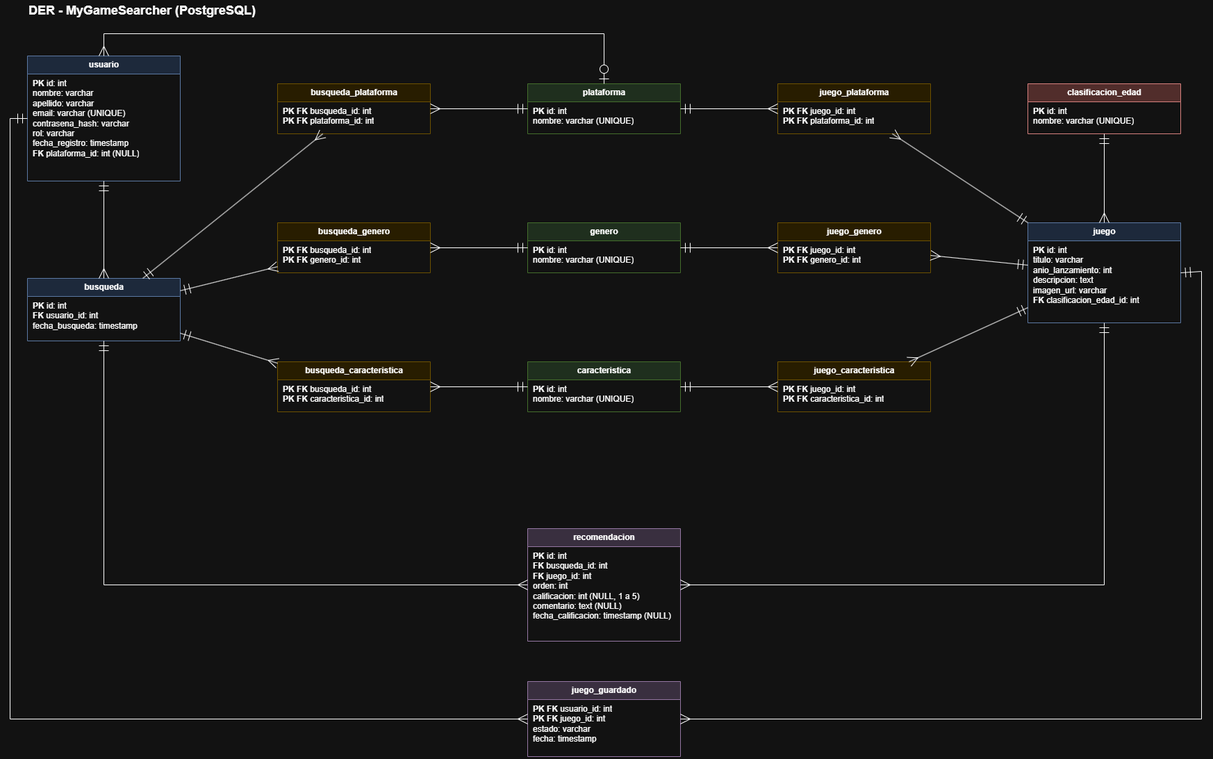
Before: Modelo_Entidad_Relacion.png, a diagram exported from draw.io (petazzijuann/TP-DSW). Source tidied: cells renumbered, new cells last; positions are measured from the earlier drawing's top-left corner, leaving out a move shared by most shapes.
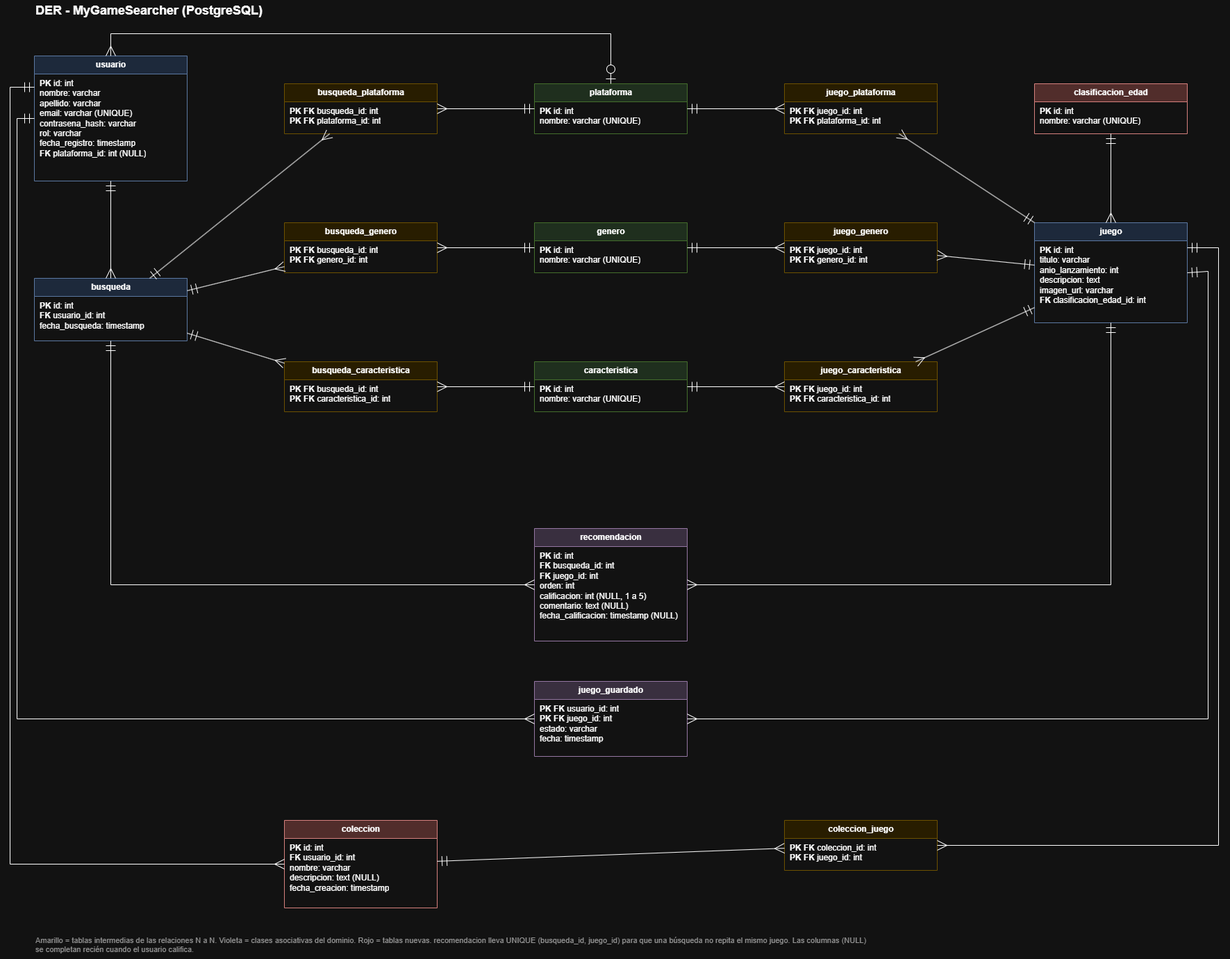
After the commit.

Commit message:
actualizacion der y md

The edit, as a diff of the source:
```diff
@@ -139,41 +139,75 @@
         </Array>
       </mxGeometry>
     </mxCell>
-    <mxCell id="40" style="endArrow=ERmandOne;startArrow=ERmany;endFill=0;startFill=0;html=1;rounded=0;endSize=12;startSize=12;" parent="1" edge="1" source="13" target="7">
-      <mxGeometry relative="1" as="geometry" />
+    <mxCell id="40" value="coleccion" style="swimlane;fontStyle=1;startSize=26;html=1;fillColor=#f8cecc;strokeColor=#b85450;" parent="1" vertex="1">
+      <mxGeometry x="385" y="1180" width="220" height="126" as="geometry" />
     </mxCell>
-    <mxCell id="41" style="endArrow=ERmandOne;startArrow=ERmany;endFill=0;startFill=0;html=1;rounded=0;endSize=12;startSize=12;" parent="1" edge="1" source="15" target="9">
-      <mxGeometry relative="1" as="geometry" />
+    <mxCell id="41" value="&lt;b&gt;PK&lt;/b&gt; id: int&lt;br&gt;&lt;b&gt;FK&lt;/b&gt; usuario_id: int&lt;br&gt;nombre: varchar&lt;br&gt;descripcion: text (NULL)&lt;br&gt;fecha_creacion: timestamp" style="text;html=1;strokeColor=none;fillColor=none;align=left;verticalAlign=top;spacingLeft=6;whiteSpace=wrap;overflow=hidden;fontSize=12;" parent="40" vertex="1">
+      <mxGeometry y="26" width="220" height="100" as="geometry" />
     </mxCell>
-    <mxCell id="42" style="endArrow=ERmandOne;startArrow=ERmany;endFill=0;startFill=0;html=1;rounded=0;endSize=12;startSize=12;" parent="1" edge="1" source="17" target="11">
-      <mxGeometry relative="1" as="geometry" />
+    <mxCell id="42" value="coleccion_juego" style="swimlane;fontStyle=1;startSize=26;html=1;fillColor=#fff2cc;strokeColor=#d6b656;" parent="1" vertex="1">
+      <mxGeometry x="1105" y="1180" width="220" height="72" as="geometry" />
     </mxCell>
-    <mxCell id="43" style="endArrow=ERmandOne;startArrow=ERmany;endFill=0;startFill=0;html=1;rounded=0;endSize=12;startSize=12;" parent="1" edge="1" source="19" target="7">
-      <mxGeometry relative="1" as="geometry" />
+    <mxCell id="43" value="&lt;b&gt;PK FK&lt;/b&gt; coleccion_id: int&lt;br&gt;&lt;b&gt;PK FK&lt;/b&gt; juego_id: int" style="text;html=1;strokeColor=none;fillColor=none;align=left;verticalAlign=top;spacingLeft=6;whiteSpace=wrap;overflow=hidden;fontSize=12;" parent="42" vertex="1">
+      <mxGeometry y="26" width="220" height="46" as="geometry" />
     </mxCell>
-    <mxCell id="44" style="endArrow=ERmandOne;startArrow=ERmany;endFill=0;startFill=0;html=1;rounded=0;endSize=12;startSize=12;" parent="1" edge="1" source="21" target="9">
-      <mxGeometry relative="1" as="geometry" />
+    <mxCell id="44" style="endArrow=ERmandOne;startArrow=ERmany;endFill=0;startFill=0;html=1;rounded=0;endSize=12;startSize=12;exitX=0;exitY=0.5;exitDx=0;exitDy=0;entryX=0;entryY=0.25;entryDx=0;entryDy=0;" parent="1" edge="1" source="40" target="3">
+      <mxGeometry relative="1" as="geometry">
+        <Array as="points">
+          <mxPoint x="-10" y="1243" />
+          <mxPoint x="-10" y="125" />
+        </Array>
+      </mxGeometry>
     </mxCell>
-    <mxCell id="45" style="endArrow=ERmandOne;startArrow=ERmany;endFill=0;startFill=0;html=1;rounded=0;endSize=12;startSize=12;" parent="1" edge="1" source="23" target="11">
+    <mxCell id="45" style="endArrow=ERmandOne;startArrow=ERmany;endFill=0;startFill=0;html=1;rounded=0;endSize=12;startSize=12;" parent="1" edge="1" source="42" target="40">
       <mxGeometry relative="1" as="geometry" />
     </mxCell>
-    <mxCell id="46" style="endArrow=ERmandOne;startArrow=ERmany;endFill=0;startFill=0;html=1;rounded=0;endSize=12;startSize=12;" parent="1" edge="1" source="13" target="5">
-      <mxGeometry relative="1" as="geometry" />
+    <mxCell id="46" style="endArrow=ERmandOne;startArrow=ERmany;endFill=0;startFill=0;html=1;rounded=0;endSize=12;startSize=12;exitX=1;exitY=0.5;exitDx=0;exitDy=0;entryX=1;entryY=0.25;entryDx=0;entryDy=0;" parent="1" edge="1" source="42" target="27">
+      <mxGeometry relative="1" as="geometry">
+        <Array as="points">
+          <mxPoint x="1730" y="1216" />
+          <mxPoint x="1730" y="356" />
+        </Array>
+      </mxGeometry>
     </mxCell>
-    <mxCell id="47" style="endArrow=ERmandOne;startArrow=ERmany;endFill=0;startFill=0;html=1;rounded=0;endSize=12;startSize=12;" parent="1" edge="1" source="15" target="5">
+    <mxCell id="47" style="endArrow=ERmandOne;startArrow=ERmany;endFill=0;startFill=0;html=1;rounded=0;endSize=12;startSize=12;" parent="1" edge="1" source="13" target="7">
       <mxGeometry relative="1" as="geometry" />
     </mxCell>
-    <mxCell id="48" style="endArrow=ERmandOne;startArrow=ERmany;endFill=0;startFill=0;html=1;rounded=0;endSize=12;startSize=12;" parent="1" edge="1" source="17" target="5">
+    <mxCell id="48" style="endArrow=ERmandOne;startArrow=ERmany;endFill=0;startFill=0;html=1;rounded=0;endSize=12;startSize=12;" parent="1" edge="1" source="15" target="9">
       <mxGeometry relative="1" as="geometry" />
     </mxCell>
-    <mxCell id="49" style="endArrow=ERmandOne;startArrow=ERmany;endFill=0;startFill=0;html=1;rounded=0;endSize=12;startSize=12;" parent="1" edge="1" source="19" target="27">
+    <mxCell id="49" style="endArrow=ERmandOne;startArrow=ERmany;endFill=0;startFill=0;html=1;rounded=0;endSize=12;startSize=12;" parent="1" edge="1" source="17" target="11">
       <mxGeometry relative="1" as="geometry" />
     </mxCell>
-    <mxCell id="50" style="endArrow=ERmandOne;startArrow=ERmany;endFill=0;startFill=0;html=1;rounded=0;endSize=12;startSize=12;" parent="1" edge="1" source="21" target="27">
+    <mxCell id="50" style="endArrow=ERmandOne;startArrow=ERmany;endFill=0;startFill=0;html=1;rounded=0;endSize=12;startSize=12;" parent="1" edge="1" source="19" target="7">
       <mxGeometry relative="1" as="geometry" />
     </mxCell>
-    <mxCell id="51" style="endArrow=ERmandOne;startArrow=ERmany;endFill=0;startFill=0;html=1;rounded=0;endSize=12;startSize=12;" parent="1" edge="1" source="23" target="27">
+    <mxCell id="51" style="endArrow=ERmandOne;startArrow=ERmany;endFill=0;startFill=0;html=1;rounded=0;endSize=12;startSize=12;" parent="1" edge="1" source="21" target="9">
       <mxGeometry relative="1" as="geometry" />
     </mxCell>
+    <mxCell id="52" style="endArrow=ERmandOne;startArrow=ERmany;endFill=0;startFill=0;html=1;rounded=0;endSize=12;startSize=12;" parent="1" edge="1" source="23" target="11">
+      <mxGeometry relative="1" as="geometry" />
+    </mxCell>
+    <mxCell id="53" style="endArrow=ERmandOne;startArrow=ERmany;endFill=0;startFill=0;html=1;rounded=0;endSize=12;startSize=12;" parent="1" edge="1" source="13" target="5">
+      <mxGeometry relative="1" as="geometry" />
+    </mxCell>
+    <mxCell id="54" style="endArrow=ERmandOne;startArrow=ERmany;endFill=0;startFill=0;html=1;rounded=0;endSize=12;startSize=12;" parent="1" edge="1" source="15" target="5">
+      <mxGeometry relative="1" as="geometry" />
+    </mxCell>
+    <mxCell id="55" style="endArrow=ERmandOne;startArrow=ERmany;endFill=0;startFill=0;html=1;rounded=0;endSize=12;startSize=12;" parent="1" edge="1" source="17" target="5">
+      <mxGeometry relative="1" as="geometry" />
+    </mxCell>
+    <mxCell id="56" style="endArrow=ERmandOne;startArrow=ERmany;endFill=0;startFill=0;html=1;rounded=0;endSize=12;startSize=12;" parent="1" edge="1" source="19" target="27">
+      <mxGeometry relative="1" as="geometry" />
+    </mxCell>
+    <mxCell id="57" style="endArrow=ERmandOne;startArrow=ERmany;endFill=0;startFill=0;html=1;rounded=0;endSize=12;startSize=12;" parent="1" edge="1" source="21" target="27">
+      <mxGeometry relative="1" as="geometry" />
+    </mxCell>
+    <mxCell id="58" style="endArrow=ERmandOne;startArrow=ERmany;endFill=0;startFill=0;html=1;rounded=0;endSize=12;startSize=12;" parent="1" edge="1" source="23" target="27">
+      <mxGeometry relative="1" as="geometry" />
+    </mxCell>
+    <mxCell id="59" value="Amarillo = tablas intermedias de las relaciones N a N. Violeta = clases asociativas del dominio. Rojo = tablas nuevas. recomendacion lleva UNIQUE (busqueda_id, juego_id) para que una búsqueda no repita el mismo juego. Las columnas (NULL) se completan recién cuando el usuario califica." style="text;html=1;fontSize=11;align=left;verticalAlign=top;whiteSpace=wrap;fontColor=#666666;" parent="1" vertex="1">
+      <mxGeometry x="25" y="1340" width="1200" height="40" as="geometry" />
+    </mxCell>
   </root>
 </mxGraphModel>
```
